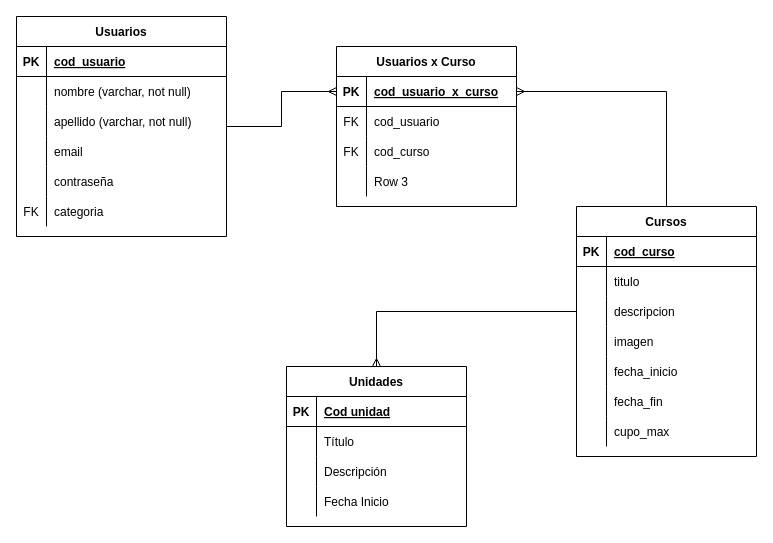
Above: mod6-DB/diseños/diagrama.drawio in juanseferrari/digitalhouse (draw.io), before the change. Source tidied: cells renumbered, new cells numbered last; positions are measured from the earlier drawing's top-left corner, leaving out a move shared by most shapes. Both pictures are drawn from the tidied source at 100%, with x=0, y=0 at pixel (16, 16).
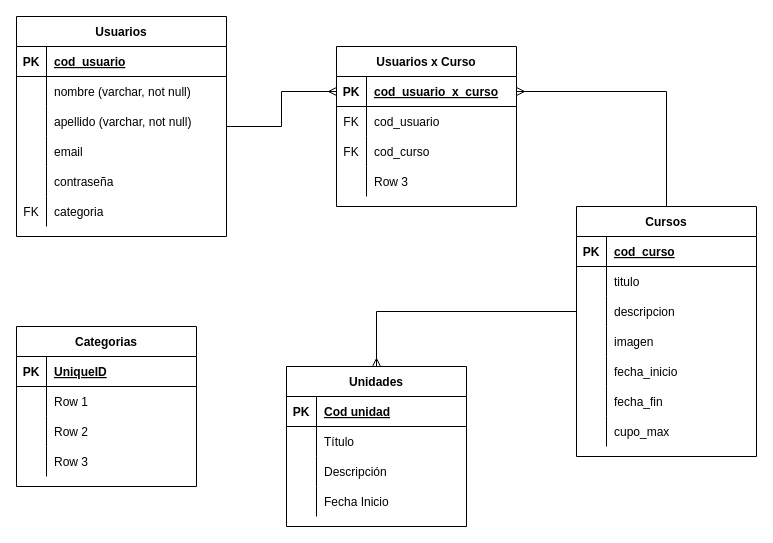
After the change.

Change to the diagram source:
```diff
@@
+    <mxCell id="72" value="Categorias" style="shape=table;startSize=30;childLayout=tableLayout;rowLines=0;fontStyle=1;align=center;" parent="1" vertex="1">
+      <mxGeometry y="310" width="180" height="160" as="geometry" />
+    </mxCell>
+    <mxCell id="73" style="shape=partialRectangle;fillColor=none;top=0;left=0;bottom=1;right=0;" parent="72" vertex="1">
+      <mxGeometry y="30" width="180" height="30" as="geometry" />
+    </mxCell>
+    <mxCell id="74" value="PK" style="shape=partialRectangle;fillColor=none;top=0;left=0;bottom=0;right=0;fontStyle=1;overflow=hidden;" parent="73" vertex="1">
+      <mxGeometry width="30" height="30" as="geometry" />
+    </mxCell>
+    <mxCell id="75" value="UniqueID" style="shape=partialRectangle;fillColor=none;top=0;left=0;bottom=0;right=0;align=left;spacingLeft=6;fontStyle=5;overflow=hidden;" parent="73" vertex="1">
+      <mxGeometry x="30" width="150" height="30" as="geometry" />
+    </mxCell>
+    <mxCell id="76" style="shape=partialRectangle;fillColor=none;top=0;left=0;bottom=0;right=0;" parent="72" vertex="1">
+      <mxGeometry y="60" width="180" height="30" as="geometry" />
+    </mxCell>
+    <mxCell id="77" style="shape=partialRectangle;fillColor=none;top=0;left=0;bottom=0;right=0;overflow=hidden;" parent="76" vertex="1">
+      <mxGeometry width="30" height="30" as="geometry" />
+    </mxCell>
+    <mxCell id="78" value="Row 1" style="shape=partialRectangle;fillColor=none;top=0;left=0;bottom=0;right=0;align=left;spacingLeft=6;overflow=hidden;" parent="76" vertex="1">
+      <mxGeometry x="30" width="150" height="30" as="geometry" />
+    </mxCell>
+    <mxCell id="79" style="shape=partialRectangle;fillColor=none;top=0;left=0;bottom=0;right=0;" parent="72" vertex="1">
+      <mxGeometry y="90" width="180" height="30" as="geometry" />
+    </mxCell>
+    <mxCell id="80" style="shape=partialRectangle;fillColor=none;top=0;left=0;bottom=0;right=0;overflow=hidden;" parent="79" vertex="1">
+      <mxGeometry width="30" height="30" as="geometry" />
+    </mxCell>
+    <mxCell id="81" value="Row 2" style="shape=partialRectangle;fillColor=none;top=0;left=0;bottom=0;right=0;align=left;spacingLeft=6;overflow=hidden;" parent="79" vertex="1">
+      <mxGeometry x="30" width="150" height="30" as="geometry" />
+    </mxCell>
+    <mxCell id="82" style="shape=partialRectangle;fillColor=none;top=0;left=0;bottom=0;right=0;" parent="72" vertex="1">
+      <mxGeometry y="120" width="180" height="30" as="geometry" />
+    </mxCell>
+    <mxCell id="83" style="shape=partialRectangle;fillColor=none;top=0;left=0;bottom=0;right=0;overflow=hidden;" parent="82" vertex="1">
+      <mxGeometry width="30" height="30" as="geometry" />
+    </mxCell>
+    <mxCell id="84" value="Row 3" style="shape=partialRectangle;fillColor=none;top=0;left=0;bottom=0;right=0;align=left;spacingLeft=6;overflow=hidden;" parent="82" vertex="1">
+      <mxGeometry x="30" width="150" height="30" as="geometry" />
+    </mxCell>
```
